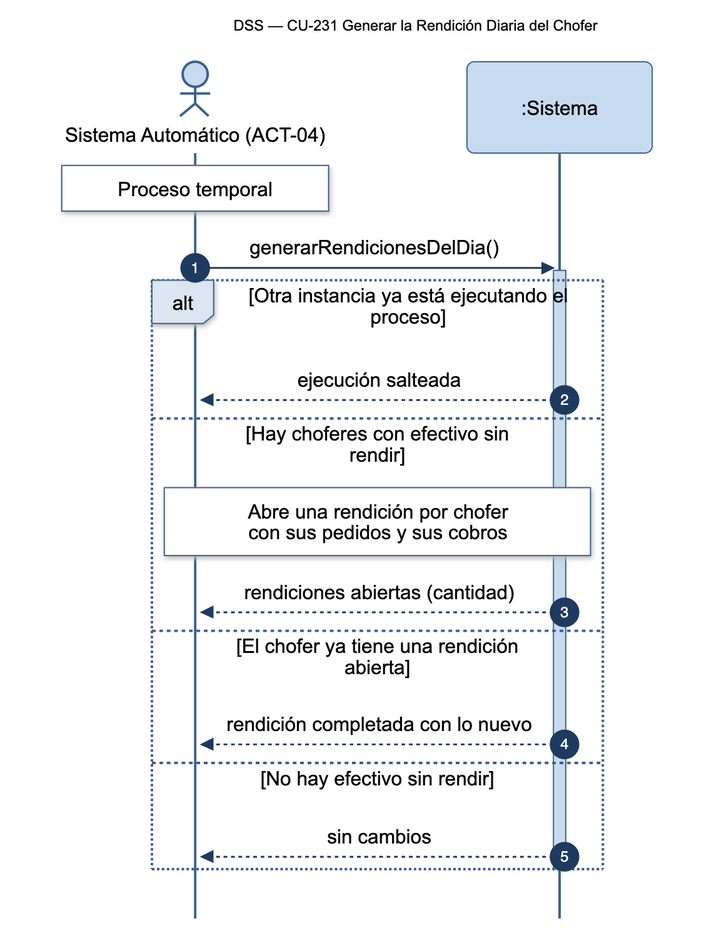
Earlier version of the Mermaid export diagramas/png/DSS_CU-231_Generar-la-Rendicion-Diaria-del-Chofer.png (Nahuelito-Dev/splg-docs). Its source is kept beside it as diagramas/DSS_CU-231_Generar-la-Rendicion-Diaria-del-Chofer.mmd.
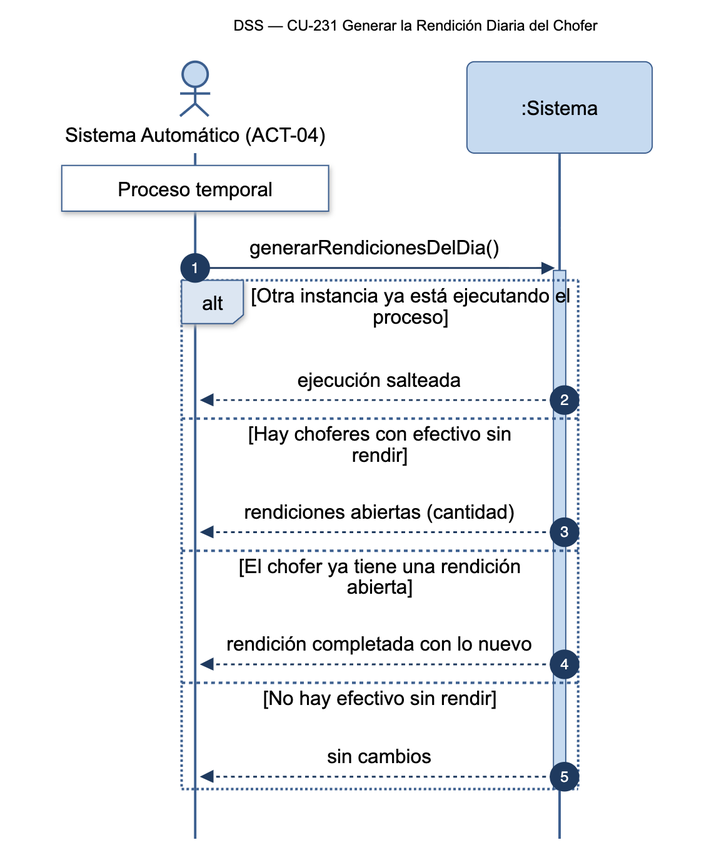
The same file after the commit.

The edit, as a diff of the source:
```diff
@@ -10,7 +10,6 @@
     alt Otra instancia ya está ejecutando el proceso
         SIS-->>SAU: ejecución salteada
     else Hay choferes con efectivo sin rendir
-        Note over SAU,SIS: Abre una rendición por chofer<br/>con sus pedidos y sus cobros
         SIS-->>SAU: rendiciones abiertas (cantidad)
     else El chofer ya tiene una rendición abierta
         SIS-->>SAU: rendición completada con lo nuevo
```
